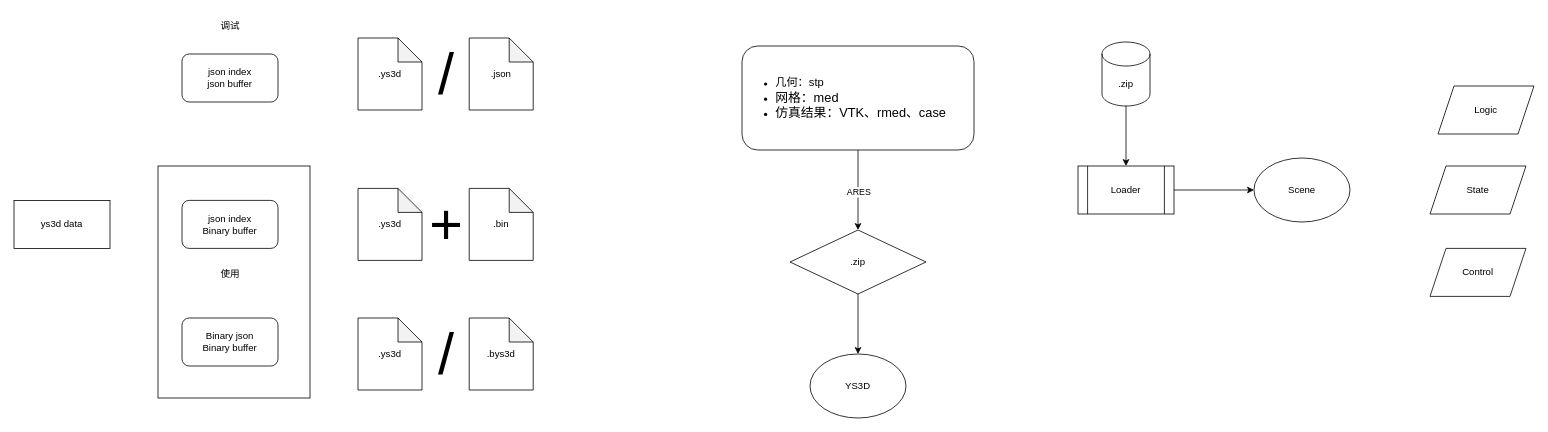
The draw.io diagram ys3d-data.drawio in Harekaze-Misakiakeno/uml, before the edit. Source tidied: cells renumbered, new cells numbered last; positions are measured from the earlier drawing's top-left corner, leaving out a move shared by most shapes. Both pictures are drawn from the tidied source at 80%, with x=0, y=0 at pixel (14, 14).
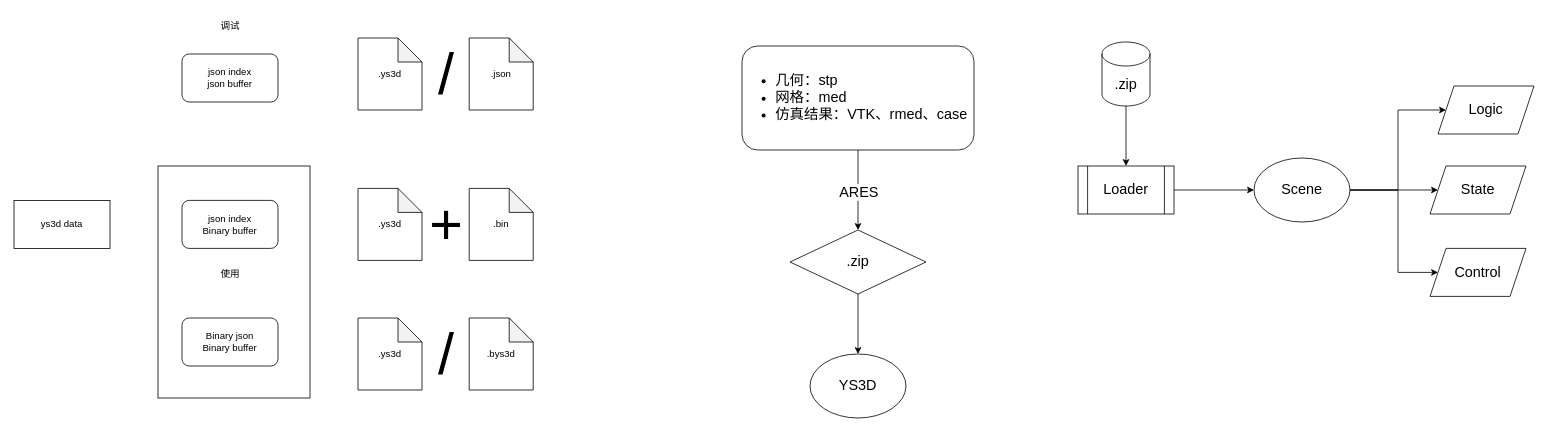
After the change.

Diff of the diagram source:
```diff
@@
-    <mxCell id="18" style="edgeStyle=orthogonalEdgeStyle;rounded=0;jettySize=auto;html=1;entryX=0.5;entryY=0;entryDx=0;entryDy=0;" parent="1" edge="1" source="20" target="22">
+    <mxCell id="18" style="edgeStyle=orthogonalEdgeStyle;rounded=0;jettySize=auto;html=1;entryX=0.5;entryY=0;entryDx=0;entryDy=0;fontSize=18;" parent="1" edge="1" source="20" target="22">
       <mxGeometry relative="1" as="geometry" />
     </mxCell>
-    <mxCell id="19" value="ARES" style="edgeLabel;html=1;align=center;verticalAlign=middle;" parent="18" vertex="1">
+    <mxCell id="19" value="ARES" style="edgeLabel;html=1;align=center;verticalAlign=middle;fontSize=18;" parent="18" vertex="1">
       <mxGeometry x="0.05" relative="1" as="geometry">
         <mxPoint y="-1" as="offset" />
       </mxGeometry>
     </mxCell>
-    <mxCell id="20" value="&lt;ul&gt;&lt;li&gt;&lt;font style=&quot;font-size: 14px;&quot;&gt;几何：stp&lt;/font&gt;&lt;/li&gt;&lt;li&gt;&lt;font size=&quot;3&quot;&gt;网格：med&lt;/font&gt;&lt;/li&gt;&lt;li&gt;&lt;font size=&quot;3&quot;&gt;仿真结果：VTK、rmed、case&lt;/font&gt;&lt;/li&gt;&lt;/ul&gt;" style="rounded=1;whiteSpace=wrap;html=1;align=left;" parent="1" vertex="1">
+    <mxCell id="20" value="&lt;ul&gt;&lt;li&gt;&lt;font&gt;几何：stp&lt;/font&gt;&lt;/li&gt;&lt;li&gt;&lt;font&gt;网格：med&lt;/font&gt;&lt;/li&gt;&lt;li&gt;&lt;font&gt;仿真结果：VTK、rmed、case&lt;/font&gt;&lt;/li&gt;&lt;/ul&gt;" style="rounded=1;whiteSpace=wrap;html=1;align=left;fontSize=18;" parent="1" vertex="1">
       <mxGeometry x="910" y="40" width="290" height="130" as="geometry" />
     </mxCell>
-    <mxCell id="21" style="edgeStyle=orthogonalEdgeStyle;rounded=0;jettySize=auto;html=1;entryX=0.5;entryY=0;entryDx=0;entryDy=0;" parent="1" edge="1" source="22" target="23">
+    <mxCell id="21" style="edgeStyle=orthogonalEdgeStyle;rounded=0;jettySize=auto;html=1;entryX=0.5;entryY=0;entryDx=0;entryDy=0;fontSize=18;" parent="1" edge="1" source="22" target="23">
       <mxGeometry relative="1" as="geometry" />
     </mxCell>
-    <mxCell id="22" value=".zip" style="rhombus;whiteSpace=wrap;html=1;" parent="1" vertex="1">
+    <mxCell id="22" value=".zip" style="rhombus;whiteSpace=wrap;html=1;fontSize=18;" parent="1" vertex="1">
       <mxGeometry x="970" y="270" width="170" height="80" as="geometry" />
     </mxCell>
-    <mxCell id="23" value="YS3D" style="ellipse;whiteSpace=wrap;html=1;" parent="1" vertex="1">
+    <mxCell id="23" value="YS3D" style="ellipse;whiteSpace=wrap;html=1;fontSize=18;" parent="1" vertex="1">
       <mxGeometry x="995" y="425" width="120" height="80" as="geometry" />
     </mxCell>
-    <mxCell id="24" style="edgeStyle=orthogonalEdgeStyle;rounded=0;jettySize=auto;html=1;" parent="1" edge="1" source="25" target="26">
+    <mxCell id="24" style="edgeStyle=orthogonalEdgeStyle;rounded=0;jettySize=auto;html=1;fontSize=18;" parent="1" edge="1" source="25" target="26">
       <mxGeometry relative="1" as="geometry" />
     </mxCell>
-    <mxCell id="25" value="Loader" style="shape=process;whiteSpace=wrap;html=1;backgroundOutline=1;" parent="1" vertex="1">
+    <mxCell id="25" value="Loader" style="shape=process;whiteSpace=wrap;html=1;backgroundOutline=1;fontSize=18;" parent="1" vertex="1">
       <mxGeometry x="1330" y="190" width="120" height="60" as="geometry" />
     </mxCell>
+    <mxCell id="32" style="edgeStyle=elbowEdgeStyle;rounded=0;jettySize=auto;html=1;entryX=0;entryY=0.5;entryDx=0;entryDy=0;fontSize=18;" parent="1" edge="1" source="26" target="29">
+      <mxGeometry relative="1" as="geometry" />
+    </mxCell>
+    <mxCell id="33" style="edgeStyle=orthogonalEdgeStyle;rounded=0;jettySize=auto;html=1;entryX=0;entryY=0.5;entryDx=0;entryDy=0;fontSize=18;" parent="1" edge="1" source="26" target="30">
+      <mxGeometry relative="1" as="geometry" />
+    </mxCell>
-    <mxCell id="26" value="Scene" style="ellipse;whiteSpace=wrap;html=1;" parent="1" vertex="1">
+    <mxCell id="26" value="Scene" style="ellipse;whiteSpace=wrap;html=1;fontSize=18;" parent="1" vertex="1">
       <mxGeometry x="1550" y="180" width="120" height="80" as="geometry" />
     </mxCell>
-    <mxCell id="27" style="edgeStyle=orthogonalEdgeStyle;rounded=0;jettySize=auto;html=1;entryX=0.5;entryY=0;entryDx=0;entryDy=0;" parent="1" edge="1" source="28" target="25">
+    <mxCell id="27" style="edgeStyle=orthogonalEdgeStyle;rounded=0;jettySize=auto;html=1;entryX=0.5;entryY=0;entryDx=0;entryDy=0;fontSize=18;" parent="1" edge="1" source="28" target="25">
       <mxGeometry relative="1" as="geometry" />
     </mxCell>
-    <mxCell id="28" value=".zip" style="shape=cylinder3;whiteSpace=wrap;html=1;boundedLbl=1;backgroundOutline=1;size=15;" parent="1" vertex="1">
+    <mxCell id="28" value=".zip" style="shape=cylinder3;whiteSpace=wrap;html=1;boundedLbl=1;backgroundOutline=1;size=15;fontSize=18;" parent="1" vertex="1">
       <mxGeometry x="1360" y="35" width="60" height="80" as="geometry" />
     </mxCell>
-    <mxCell id="29" value="Logic" style="shape=parallelogram;perimeter=parallelogramPerimeter;whiteSpace=wrap;html=1;fixedSize=1;" parent="1" vertex="1">
+    <mxCell id="29" value="Logic" style="shape=parallelogram;perimeter=parallelogramPerimeter;whiteSpace=wrap;html=1;fixedSize=1;fontSize=18;" parent="1" vertex="1">
       <mxGeometry x="1780" y="90" width="120" height="60" as="geometry" />
     </mxCell>
-    <mxCell id="30" value="State" style="shape=parallelogram;perimeter=parallelogramPerimeter;whiteSpace=wrap;html=1;fixedSize=1;" parent="1" vertex="1">
+    <mxCell id="30" value="State" style="shape=parallelogram;perimeter=parallelogramPerimeter;whiteSpace=wrap;html=1;fixedSize=1;fontSize=18;" parent="1" vertex="1">
       <mxGeometry x="1770" y="190" width="120" height="60" as="geometry" />
     </mxCell>
-    <mxCell id="31" value="Control" style="shape=parallelogram;perimeter=parallelogramPerimeter;whiteSpace=wrap;html=1;fixedSize=1;" parent="1" vertex="1">
+    <mxCell id="31" value="Control" style="shape=parallelogram;perimeter=parallelogramPerimeter;whiteSpace=wrap;html=1;fixedSize=1;fontSize=18;" parent="1" vertex="1">
       <mxGeometry x="1770" y="293" width="120" height="60" as="geometry" />
     </mxCell>
+    <mxCell id="34" style="edgeStyle=elbowEdgeStyle;rounded=0;jettySize=auto;html=1;entryX=0;entryY=0.5;entryDx=0;entryDy=0;exitX=1;exitY=0.5;exitDx=0;exitDy=0;fontSize=18;" parent="1" edge="1" source="26" target="31">
+      <mxGeometry relative="1" as="geometry">
+        <Array as="points">
+          <mxPoint x="1730" y="270" />
+        </Array>
+      </mxGeometry>
+    </mxCell>
```
